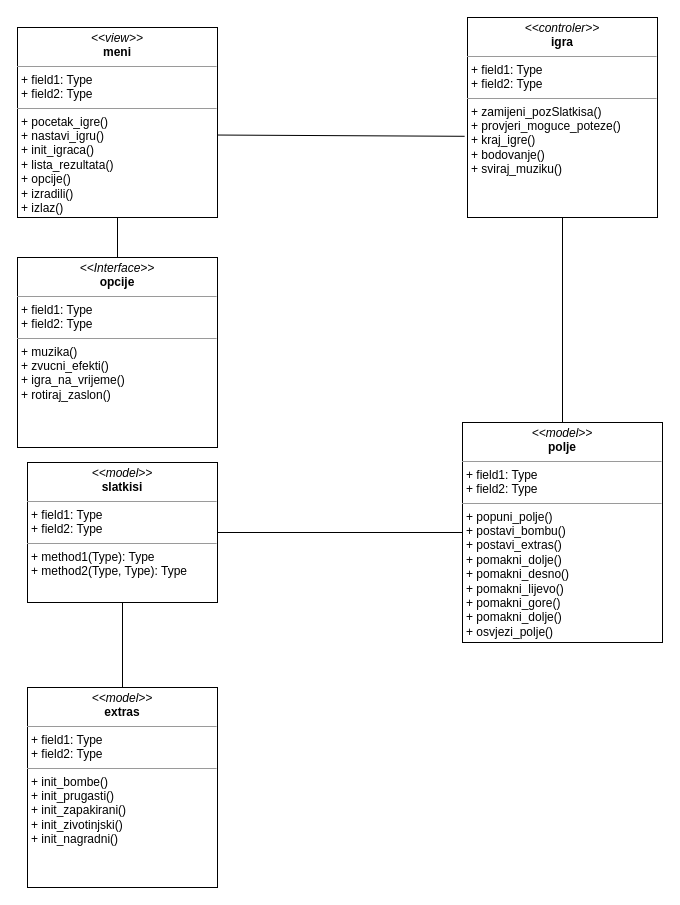
Aytoozi/Match-3-puzzle keeps this draw.io diagram as page "MVC" (7 of 8) of Dijagram.drawio. Above is the earlier version. Source tidied: cells renumbered, new cells numbered last; positions are measured from the earlier drawing's top-left corner, leaving out a move shared by most shapes. Both pictures are drawn from the tidied source at 100%, with x=0, y=0 at pixel (17, 17).
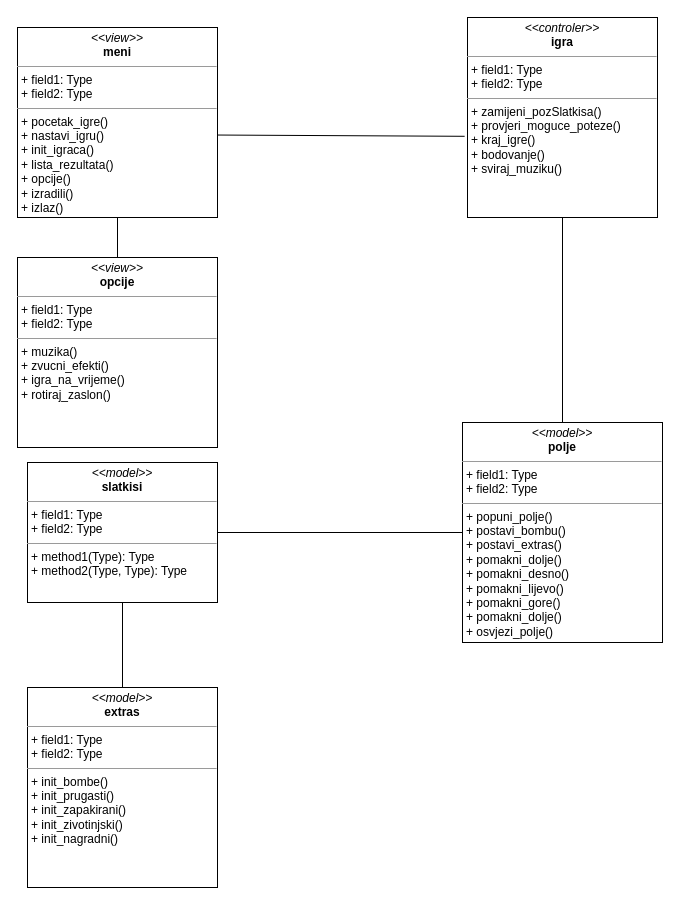
The same page after the edit.

Change to the diagram source:
```diff
@@
 <mxGraphModel>
   <root>
     <mxCell id="0" />
     <mxCell id="1" parent="0" />
     <mxCell id="2" value="&lt;p style=&quot;margin: 0px ; margin-top: 4px ; text-align: center&quot;&gt;&lt;i&gt;&amp;lt;&amp;lt;view&amp;gt;&amp;gt;&lt;/i&gt;&lt;br&gt;&lt;b&gt;meni&lt;/b&gt;&lt;/p&gt;&lt;hr size=&quot;1&quot;&gt;&lt;p style=&quot;margin: 0px ; margin-left: 4px&quot;&gt;+ field1: Type&lt;br&gt;+ field2: Type&lt;/p&gt;&lt;hr size=&quot;1&quot;&gt;&lt;p style=&quot;margin: 0px ; margin-left: 4px&quot;&gt;+ pocetak_igre()&lt;/p&gt;&lt;p style=&quot;margin: 0px ; margin-left: 4px&quot;&gt;+ nastavi_igru()&lt;br&gt;+ init_igraca()&lt;/p&gt;&lt;p style=&quot;margin: 0px ; margin-left: 4px&quot;&gt;+ lista_rezultata()&lt;/p&gt;&lt;p style=&quot;margin: 0px ; margin-left: 4px&quot;&gt;+ opcije()&lt;/p&gt;&lt;p style=&quot;margin: 0px ; margin-left: 4px&quot;&gt;+ izradili()&lt;/p&gt;&lt;p style=&quot;margin: 0px ; margin-left: 4px&quot;&gt;+ izlaz()&lt;/p&gt;" style="verticalAlign=top;align=left;overflow=fill;fontSize=12;fontFamily=Helvetica;html=1;" parent="1" vertex="1">
       <mxGeometry y="10" width="200" height="190" as="geometry" />
     </mxCell>
     <mxCell id="3" value="&lt;p style=&quot;margin: 0px ; margin-top: 4px ; text-align: center&quot;&gt;&lt;i&gt;&amp;lt;&amp;lt;model&amp;gt;&amp;gt;&lt;/i&gt;&lt;br&gt;&lt;b&gt;polje&lt;/b&gt;&lt;/p&gt;&lt;hr size=&quot;1&quot;&gt;&lt;p style=&quot;margin: 0px ; margin-left: 4px&quot;&gt;+ field1: Type&lt;br&gt;+ field2: Type&lt;/p&gt;&lt;hr size=&quot;1&quot;&gt;&lt;p style=&quot;margin: 0px ; margin-left: 4px&quot;&gt;+ popuni_polje()&lt;/p&gt;&lt;p style=&quot;margin: 0px ; margin-left: 4px&quot;&gt;+ postavi_bombu()&lt;/p&gt;&lt;p style=&quot;margin: 0px ; margin-left: 4px&quot;&gt;+ postavi_extras()&lt;/p&gt;&lt;p style=&quot;margin: 0px ; margin-left: 4px&quot;&gt;+ pomakni_dolje()&lt;/p&gt;&lt;p style=&quot;margin: 0px ; margin-left: 4px&quot;&gt;+ pomakni_desno()&lt;/p&gt;&lt;p style=&quot;margin: 0px ; margin-left: 4px&quot;&gt;+ pomakni_lijevo()&lt;br&gt;&lt;/p&gt;&lt;p style=&quot;margin: 0px ; margin-left: 4px&quot;&gt;+ pomakni_gore()&lt;br&gt;&lt;/p&gt;&lt;p style=&quot;margin: 0px ; margin-left: 4px&quot;&gt;+ pomakni_dolje()&lt;br&gt;&lt;/p&gt;&lt;p style=&quot;margin: 0px ; margin-left: 4px&quot;&gt;+ osvjezi_polje()&lt;/p&gt;" style="verticalAlign=top;align=left;overflow=fill;fontSize=12;fontFamily=Helvetica;html=1;" parent="1" vertex="1">
       <mxGeometry x="445" y="405" width="200" height="220" as="geometry" />
     </mxCell>
     <mxCell id="4" value="&lt;p style=&quot;margin: 0px ; margin-top: 4px ; text-align: center&quot;&gt;&lt;i&gt;&amp;lt;&amp;lt;&lt;/i&gt;&lt;i&gt;model&lt;/i&gt;&lt;i&gt;&amp;gt;&amp;gt;&lt;/i&gt;&lt;br&gt;&lt;b&gt;slatkisi&lt;/b&gt;&lt;/p&gt;&lt;hr size=&quot;1&quot;&gt;&lt;p style=&quot;margin: 0px ; margin-left: 4px&quot;&gt;+ field1: Type&lt;br&gt;+ field2: Type&lt;/p&gt;&lt;hr size=&quot;1&quot;&gt;&lt;p style=&quot;margin: 0px ; margin-left: 4px&quot;&gt;+ method1(Type): Type&lt;br&gt;+ method2(Type, Type): Type&lt;/p&gt;" style="verticalAlign=top;align=left;overflow=fill;fontSize=12;fontFamily=Helvetica;html=1;" parent="1" vertex="1">
       <mxGeometry x="10" y="445" width="190" height="140" as="geometry" />
     </mxCell>
     <mxCell id="5" value="&lt;p style=&quot;margin: 0px ; margin-top: 4px ; text-align: center&quot;&gt;&lt;i&gt;&amp;lt;&amp;lt;controler&amp;gt;&amp;gt;&lt;/i&gt;&lt;br&gt;&lt;b&gt;igra&lt;/b&gt;&lt;/p&gt;&lt;hr size=&quot;1&quot;&gt;&lt;p style=&quot;margin: 0px ; margin-left: 4px&quot;&gt;+ field1: Type&lt;br&gt;+ field2: Type&lt;/p&gt;&lt;hr size=&quot;1&quot;&gt;&lt;p style=&quot;margin: 0px ; margin-left: 4px&quot;&gt;+ zamijeni_pozSlatkisa()&lt;/p&gt;&lt;p style=&quot;margin: 0px ; margin-left: 4px&quot;&gt;+ provjeri_moguce_poteze()&lt;/p&gt;&lt;p style=&quot;margin: 0px ; margin-left: 4px&quot;&gt;+ kraj_igre()&lt;/p&gt;&lt;p style=&quot;margin: 0px ; margin-left: 4px&quot;&gt;+ bodovanje()&lt;/p&gt;&lt;p style=&quot;margin: 0px ; margin-left: 4px&quot;&gt;+ sviraj_muziku()&lt;/p&gt;" style="verticalAlign=top;align=left;overflow=fill;fontSize=12;fontFamily=Helvetica;html=1;" parent="1" vertex="1">
       <mxGeometry x="450" width="190" height="200" as="geometry" />
     </mxCell>
     <mxCell id="6" value="&lt;p style=&quot;margin: 0px ; margin-top: 4px ; text-align: center&quot;&gt;&lt;i&gt;&amp;lt;&amp;lt;model&amp;gt;&amp;gt;&lt;/i&gt;&lt;br&gt;&lt;b&gt;extras&lt;/b&gt;&lt;/p&gt;&lt;hr size=&quot;1&quot;&gt;&lt;p style=&quot;margin: 0px ; margin-left: 4px&quot;&gt;+ field1: Type&lt;br&gt;+ field2: Type&lt;/p&gt;&lt;hr size=&quot;1&quot;&gt;&lt;p style=&quot;margin: 0px ; margin-left: 4px&quot;&gt;+ init_bombe()&lt;/p&gt;&lt;p style=&quot;margin: 0px ; margin-left: 4px&quot;&gt;+ init_prugasti()&lt;/p&gt;&lt;p style=&quot;margin: 0px ; margin-left: 4px&quot;&gt;+ init_zapakirani()&lt;/p&gt;&lt;p style=&quot;margin: 0px ; margin-left: 4px&quot;&gt;+ init_zivotinjski()&lt;/p&gt;&lt;p style=&quot;margin: 0px ; margin-left: 4px&quot;&gt;+ init_nagradni()&lt;/p&gt;" style="verticalAlign=top;align=left;overflow=fill;fontSize=12;fontFamily=Helvetica;html=1;" parent="1" vertex="1">
       <mxGeometry x="10" y="670" width="190" height="200" as="geometry" />
     </mxCell>
     <mxCell id="7" style="endArrow=none;html=1;entryX=-0.015;entryY=0.594;entryDx=0;entryDy=0;entryPerimeter=0;exitX=1.002;exitY=0.566;exitDx=0;exitDy=0;exitPerimeter=0;" parent="1" edge="1" source="2" target="5">
       <mxGeometry relative="1" as="geometry" />
     </mxCell>
-    <mxCell id="8" value="&lt;p style=&quot;margin: 0px ; margin-top: 4px ; text-align: center&quot;&gt;&lt;i&gt;&amp;lt;&amp;lt;Interface&amp;gt;&amp;gt;&lt;/i&gt;&lt;br&gt;&lt;b&gt;opcije&lt;/b&gt;&lt;/p&gt;&lt;hr size=&quot;1&quot;&gt;&lt;p style=&quot;margin: 0px ; margin-left: 4px&quot;&gt;+ field1: Type&lt;br&gt;+ field2: Type&lt;/p&gt;&lt;hr size=&quot;1&quot;&gt;&lt;p style=&quot;margin: 0px ; margin-left: 4px&quot;&gt;+ muzika()&lt;/p&gt;&lt;p style=&quot;margin: 0px ; margin-left: 4px&quot;&gt;+ zvucni_efekti()&lt;/p&gt;&lt;p style=&quot;margin: 0px ; margin-left: 4px&quot;&gt;+ igra_na_vrijeme()&lt;/p&gt;&lt;p style=&quot;margin: 0px ; margin-left: 4px&quot;&gt;+ rotiraj_zaslon()&lt;/p&gt;" style="verticalAlign=top;align=left;overflow=fill;fontSize=12;fontFamily=Helvetica;html=1;" parent="1" vertex="1">
+    <mxCell id="8" value="&lt;p style=&quot;margin: 0px ; margin-top: 4px ; text-align: center&quot;&gt;&lt;i&gt;&amp;lt;&amp;lt;view&amp;gt;&amp;gt;&lt;/i&gt;&lt;br&gt;&lt;b&gt;opcije&lt;/b&gt;&lt;/p&gt;&lt;hr size=&quot;1&quot;&gt;&lt;p style=&quot;margin: 0px ; margin-left: 4px&quot;&gt;+ field1: Type&lt;br&gt;+ field2: Type&lt;/p&gt;&lt;hr size=&quot;1&quot;&gt;&lt;p style=&quot;margin: 0px ; margin-left: 4px&quot;&gt;+ muzika()&lt;/p&gt;&lt;p style=&quot;margin: 0px ; margin-left: 4px&quot;&gt;+ zvucni_efekti()&lt;/p&gt;&lt;p style=&quot;margin: 0px ; margin-left: 4px&quot;&gt;+ igra_na_vrijeme()&lt;/p&gt;&lt;p style=&quot;margin: 0px ; margin-left: 4px&quot;&gt;+ rotiraj_zaslon()&lt;/p&gt;" style="verticalAlign=top;align=left;overflow=fill;fontSize=12;fontFamily=Helvetica;html=1;" parent="1" vertex="1">
       <mxGeometry y="240" width="200" height="190" as="geometry" />
     </mxCell>
     <mxCell id="9" style="endArrow=none;html=1;exitX=1;exitY=0.5;exitDx=0;exitDy=0;entryX=0;entryY=0.5;entryDx=0;entryDy=0;" parent="1" edge="1" source="4" target="3">
       <mxGeometry relative="1" as="geometry" />
     </mxCell>
     <mxCell id="10" style="endArrow=none;html=1;entryX=0.5;entryY=1;entryDx=0;entryDy=0;exitX=0.5;exitY=0;exitDx=0;exitDy=0;" parent="1" edge="1" source="3" target="5">
       <mxGeometry relative="1" as="geometry" />
     </mxCell>
     <mxCell id="11" style="endArrow=none;html=1;entryX=0.5;entryY=1;entryDx=0;entryDy=0;exitX=0.5;exitY=0;exitDx=0;exitDy=0;" parent="1" edge="1" source="6" target="4">
       <mxGeometry relative="1" as="geometry" />
     </mxCell>
     <mxCell id="12" style="endArrow=none;html=1;entryX=0.5;entryY=1;entryDx=0;entryDy=0;exitX=0.5;exitY=0;exitDx=0;exitDy=0;" parent="1" edge="1" source="8" target="2">
       <mxGeometry relative="1" as="geometry" />
     </mxCell>
   </root>
 </mxGraphModel>
```
